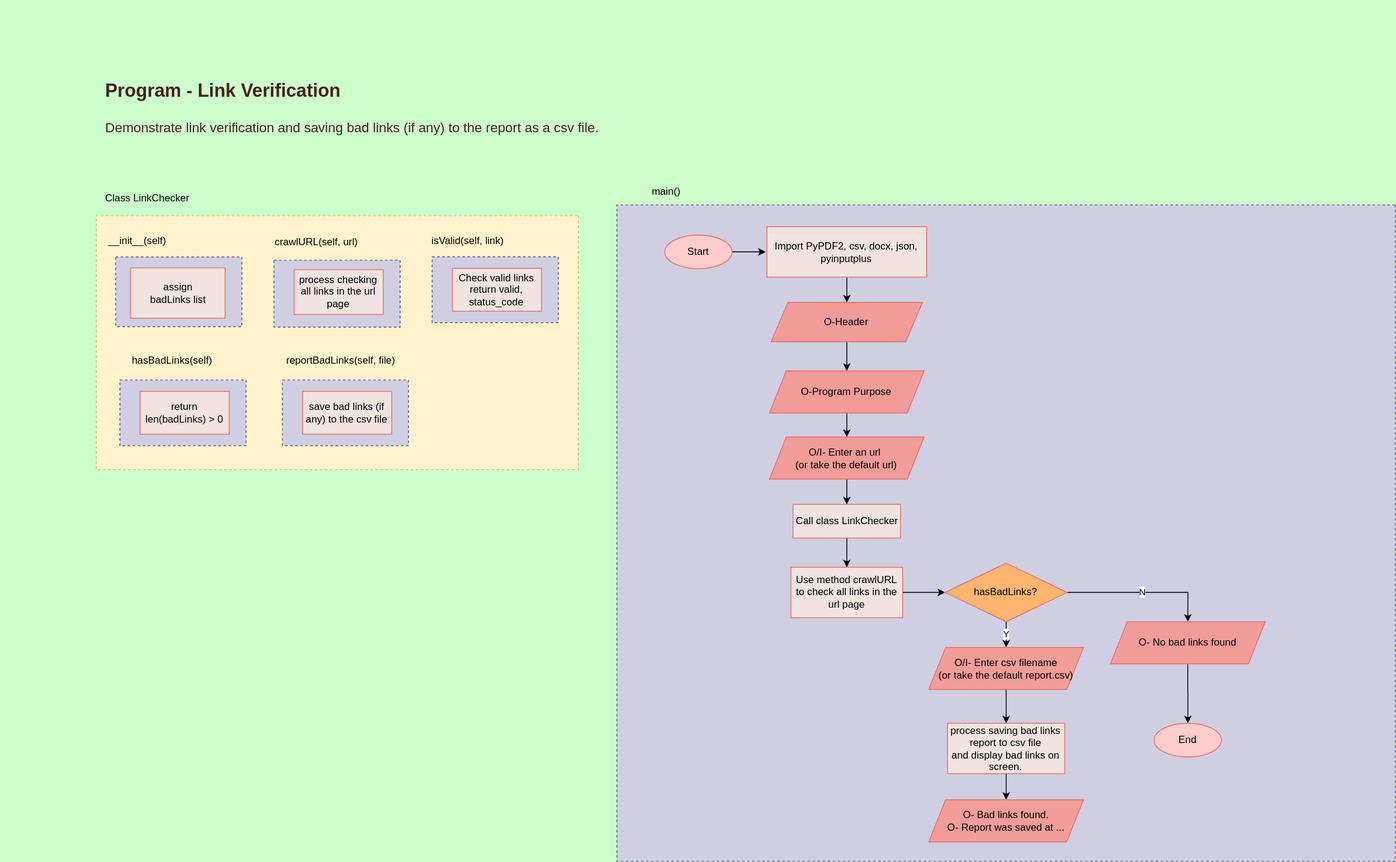
Before: linkChecker_flowchart.svg, a diagram exported from draw.io (vyhoang/v-links_checker). Source tidied: cells renumbered, new cells last; positions are measured from the earlier drawing's top-left corner, leaving out a move shared by most shapes.
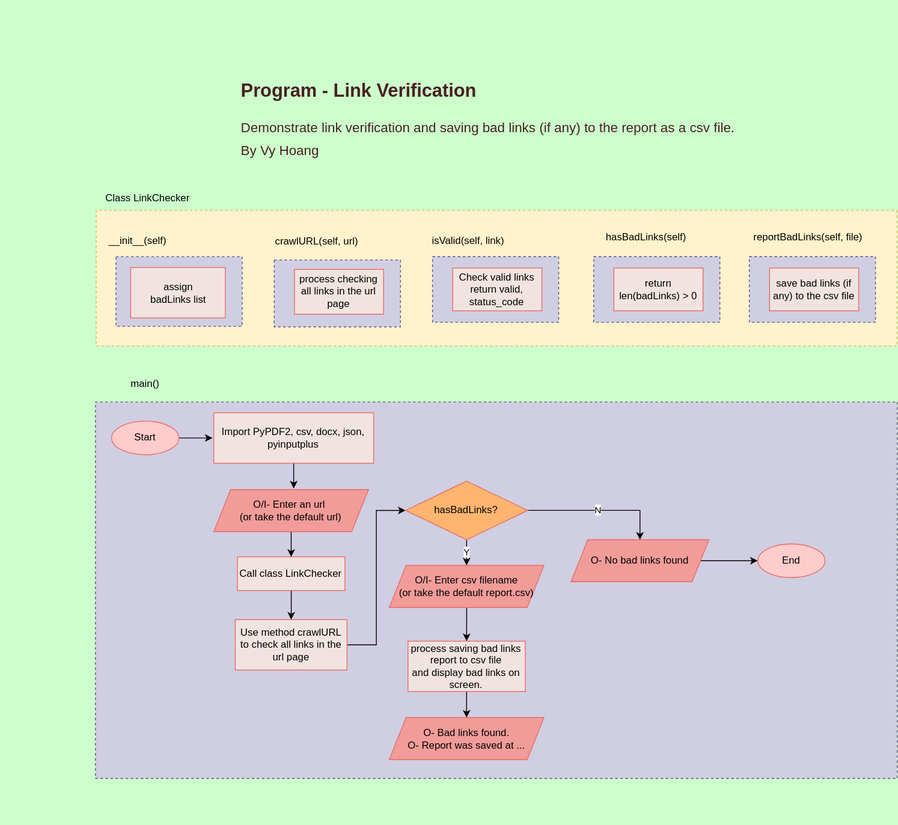
The same diagram one commit later.

Change to the diagram source:
```diff
@@ -3,31 +3,19 @@
     <mxCell id="0" />
     <mxCell id="1" parent="0" />
     <mxCell id="2" style="rounded=0;whiteSpace=wrap;html=1;rotation=90;dashed=1;fillColor=#d0cee2;strokeColor=#56517e;" parent="1" vertex="1">
-      <mxGeometry x="805.9" y="170" width="780" height="925.7" as="geometry" />
+      <mxGeometry x="365.5" y="224.8" width="447.6" height="953.2" as="geometry" />
     </mxCell>
-    <mxCell id="3" value="&lt;h1 style=&quot;font-size: 22px&quot;&gt;&lt;font style=&quot;font-size: 22px&quot;&gt;Program - Link Verification&lt;/font&gt;&lt;/h1&gt;&lt;div&gt;&lt;span style=&quot;font-size: 16px&quot;&gt;Demonstrate link verification and saving bad links (if any) to the report as a csv file.&lt;/span&gt;&lt;/div&gt;" style="text;html=1;strokeColor=none;fillColor=none;spacing=5;spacingTop=-20;whiteSpace=wrap;overflow=hidden;rounded=0;fontSize=23;fontColor=#47211F;" parent="1" vertex="1">
-      <mxGeometry x="120" y="90" width="600" height="120" as="geometry" />
+    <mxCell id="3" value="&lt;h1 style=&quot;font-size: 22px&quot;&gt;&lt;font style=&quot;font-size: 22px&quot;&gt;Program - Link Verification&lt;/font&gt;&lt;/h1&gt;&lt;div&gt;&lt;span style=&quot;font-size: 16px&quot;&gt;Demonstrate link verification and saving bad links (if any) to the report as a csv file.&lt;/span&gt;&lt;/div&gt;&lt;div&gt;&lt;span style=&quot;font-size: 16px&quot;&gt;By Vy Hoang&lt;/span&gt;&lt;/div&gt;" style="text;html=1;strokeColor=none;fillColor=none;spacing=5;spacingTop=-20;whiteSpace=wrap;overflow=hidden;rounded=0;fontSize=23;fontColor=#47211F;" parent="1" vertex="1">
+      <mxGeometry x="281.5" y="90" width="600" height="110" as="geometry" />
     </mxCell>
     <mxCell id="4" style="edgeStyle=orthogonalEdgeStyle;rounded=0;jettySize=auto;html=1;" parent="1" edge="1" source="5">
       <mxGeometry relative="1" as="geometry">
-        <mxPoint x="910" y="298.7" as="targetPoint" />
+        <mxPoint x="252" y="520.3" as="targetPoint" />
       </mxGeometry>
     </mxCell>
     <mxCell id="5" value="Start" style="ellipse;whiteSpace=wrap;html=1;fontSize=12;fillColor=#FFCCCC;strokeColor=#EA6B66;" parent="1" vertex="1">
-      <mxGeometry x="790" y="278.7" width="80" height="40" as="geometry" />
+      <mxGeometry x="132" y="500.3" width="80" height="40" as="geometry" />
     </mxCell>
-    <mxCell id="6" style="edgeStyle=orthogonalEdgeStyle;rounded=0;jettySize=auto;html=1;entryX=0.5;entryY=0;entryDx=0;entryDy=0;" parent="1" edge="1" source="7" target="9">
-      <mxGeometry relative="1" as="geometry" />
-    </mxCell>
-    <mxCell id="7" value="O-Header" style="shape=parallelogram;perimeter=parallelogramPerimeter;whiteSpace=wrap;html=1;fixedSize=1;fontSize=12;fillColor=#F19C99;strokeColor=#EA6B66;" parent="1" vertex="1">
-      <mxGeometry x="916.4" y="358.7" width="180" height="46.8" as="geometry" />
-    </mxCell>
-    <mxCell id="8" style="edgeStyle=orthogonalEdgeStyle;rounded=0;jettySize=auto;html=1;" parent="1" edge="1" source="9" target="38">
-      <mxGeometry relative="1" as="geometry" />
-    </mxCell>
-    <mxCell id="9" value="O-Program Purpose" style="shape=parallelogram;perimeter=parallelogramPerimeter;whiteSpace=wrap;html=1;fixedSize=1;fontSize=12;fillColor=#F19C99;strokeColor=#EA6B66;" parent="1" vertex="1">
-      <mxGeometry x="914.5" y="440.1" width="183.9" height="50" as="geometry" />
-    </mxCell>
     <mxCell id="10" style="edgeStyle=orthogonalEdgeStyle;rounded=0;orthogonalLoop=1;jettySize=auto;html=1;entryX=0.046;entryY=0.383;entryDx=0;entryDy=0;entryPerimeter=0;" parent="1" edge="1">
       <mxGeometry relative="1" as="geometry">
         <mxPoint x="1310.3" y="327.4" as="targetPoint" />
@@ -55,14 +43,16 @@
         </Array>
       </mxGeometry>
     </mxCell>
-    <mxCell id="13" style="edgeStyle=orthogonalEdgeStyle;rounded=0;jettySize=auto;html=1;entryX=0.5;entryY=0;entryDx=0;entryDy=0;" parent="1" edge="1" source="14" target="7">
-      <mxGeometry relative="1" as="geometry" />
+    <mxCell id="13" style="edgeStyle=orthogonalEdgeStyle;rounded=0;jettySize=auto;html=1;entryX=0.5;entryY=0;entryDx=0;entryDy=0;" parent="1" edge="1" source="14">
+      <mxGeometry relative="1" as="geometry">
+        <mxPoint x="348.4" y="580.3" as="targetPoint" />
+      </mxGeometry>
     </mxCell>
     <mxCell id="14" value="&lt;span&gt;Import PyPDF2, csv, docx, json, pyinputplus&lt;br&gt;&lt;/span&gt;" style="whiteSpace=wrap;html=1;fillColor=#F1E4E0;strokeColor=#EA6B66;" parent="1" vertex="1">
-      <mxGeometry x="911.4" y="268.7" width="190" height="60" as="geometry" />
+      <mxGeometry x="253.4" y="490.3" width="190" height="60" as="geometry" />
     </mxCell>
     <mxCell id="15" style="rounded=0;whiteSpace=wrap;html=1;rotation=90;dashed=1;fillColor=#fff2cc;strokeColor=#d6b656;" parent="1" vertex="1">
-      <mxGeometry x="249.7" y="120" width="301.8" height="573.1" as="geometry" />
+      <mxGeometry x="509" y="-145.8" width="161.3" height="952.1" as="geometry" />
     </mxCell>
     <mxCell id="16" value="__init__(self)" style="text;html=1;strokeColor=none;fillColor=none;align=center;verticalAlign=middle;whiteSpace=wrap;rounded=0;" parent="1" vertex="1">
       <mxGeometry x="143" y="276.4" width="40" height="20" as="geometry" />
@@ -95,13 +85,13 @@
       <mxGeometry x="110" y="224.8" width="130" height="20" as="geometry" />
     </mxCell>
     <mxCell id="26" value="main()" style="text;html=1;strokeColor=none;fillColor=none;align=center;verticalAlign=middle;whiteSpace=wrap;rounded=0;" parent="1" vertex="1">
-      <mxGeometry x="740" y="217" width="103.9" height="19.4" as="geometry" />
+      <mxGeometry x="120" y="446.4" width="103.9" height="19.4" as="geometry" />
     </mxCell>
     <mxCell id="27" style="edgeStyle=orthogonalEdgeStyle;rounded=0;jettySize=auto;html=1;entryX=0.5;entryY=0;entryDx=0;entryDy=0;" parent="1" edge="1" source="28" target="40">
       <mxGeometry relative="1" as="geometry" />
     </mxCell>
     <mxCell id="28" value="&lt;span&gt;Call class LinkChecker&lt;br&gt;&lt;/span&gt;" style="whiteSpace=wrap;html=1;fillColor=#F1E4E0;strokeColor=#EA6B66;" parent="1" vertex="1">
-      <mxGeometry x="942.5" y="598.7" width="127.8" height="40" as="geometry" />
+      <mxGeometry x="281.5" y="661.6" width="127.8" height="40" as="geometry" />
     </mxCell>
     <mxCell id="29" value="&amp;nbsp;" style="text;html=1;strokeColor=none;fillColor=none;align=center;verticalAlign=middle;whiteSpace=wrap;rounded=0;" parent="1" vertex="1">
       <mxGeometry x="760" width="40" height="20" as="geometry" />
@@ -110,34 +100,34 @@
       <mxGeometry x="560" y="162.7" width="40" height="20" as="geometry" />
     </mxCell>
     <mxCell id="31" style="rounded=0;whiteSpace=wrap;html=1;dashed=1;fillColor=#d0cee2;strokeColor=#56517e;" parent="1" vertex="1">
-      <mxGeometry x="142.1" y="450.8" width="150" height="78.1" as="geometry" />
+      <mxGeometry x="705" y="304.6" width="150" height="78.1" as="geometry" />
     </mxCell>
     <mxCell id="32" value="&lt;span&gt;return len(badLinks) &amp;gt; 0&lt;br&gt;&lt;/span&gt;" style="whiteSpace=wrap;html=1;fillColor=#F1E4E0;strokeColor=#EA6B66;" parent="1" vertex="1">
-      <mxGeometry x="166.1" y="464.5" width="106" height="50.9" as="geometry" />
+      <mxGeometry x="729" y="318.2" width="106" height="50.9" as="geometry" />
     </mxCell>
     <mxCell id="33" value="hasBadLinks(self)" style="text;html=1;strokeColor=none;fillColor=none;align=center;verticalAlign=middle;whiteSpace=wrap;rounded=0;" parent="1" vertex="1">
-      <mxGeometry x="137.1" y="417.9" width="135" height="20" as="geometry" />
+      <mxGeometry x="700" y="271.6" width="135" height="20" as="geometry" />
     </mxCell>
     <mxCell id="34" style="rounded=0;whiteSpace=wrap;html=1;dashed=1;fillColor=#d0cee2;strokeColor=#56517e;" parent="1" vertex="1">
-      <mxGeometry x="335.3" y="450.8" width="150" height="78.1" as="geometry" />
+      <mxGeometry x="890" y="304.6" width="150" height="78.1" as="geometry" />
     </mxCell>
     <mxCell id="35" value="&lt;span&gt;save bad links (if any) to the csv file&lt;br&gt;&lt;/span&gt;" style="whiteSpace=wrap;html=1;fillColor=#F1E4E0;strokeColor=#EA6B66;" parent="1" vertex="1">
-      <mxGeometry x="359.3" y="464.5" width="106" height="50.9" as="geometry" />
+      <mxGeometry x="914" y="318.2" width="106" height="50.9" as="geometry" />
     </mxCell>
     <mxCell id="36" value="reportBadLinks(self, file)" style="text;html=1;strokeColor=none;fillColor=none;align=center;verticalAlign=middle;whiteSpace=wrap;rounded=0;" parent="1" vertex="1">
-      <mxGeometry x="325.3" y="417.9" width="160" height="20" as="geometry" />
+      <mxGeometry x="880" y="271.6" width="160" height="20" as="geometry" />
     </mxCell>
     <mxCell id="37" style="edgeStyle=orthogonalEdgeStyle;rounded=0;jettySize=auto;html=1;entryX=0.5;entryY=0;entryDx=0;entryDy=0;" parent="1" edge="1" source="38" target="28">
       <mxGeometry relative="1" as="geometry" />
     </mxCell>
     <mxCell id="38" value="O/I- Enter an url&amp;nbsp;&lt;br&gt;(or take the default url)" style="shape=parallelogram;perimeter=parallelogramPerimeter;whiteSpace=wrap;html=1;fixedSize=1;fontSize=12;fillColor=#F19C99;strokeColor=#EA6B66;" parent="1" vertex="1">
-      <mxGeometry x="914.5" y="518.7" width="183.9" height="50" as="geometry" />
+      <mxGeometry x="253.4" y="581.6" width="183.9" height="50" as="geometry" />
     </mxCell>
     <mxCell id="39" style="edgeStyle=orthogonalEdgeStyle;rounded=0;jettySize=auto;html=1;entryX=0;entryY=0.5;entryDx=0;entryDy=0;" parent="1" edge="1" source="40" target="43">
       <mxGeometry relative="1" as="geometry" />
     </mxCell>
     <mxCell id="40" value="&lt;span&gt;Use method crawlURL&lt;br&gt;to check all links in the url page&lt;br&gt;&lt;/span&gt;" style="whiteSpace=wrap;html=1;fillColor=#F1E4E0;strokeColor=#EA6B66;" parent="1" vertex="1">
-      <mxGeometry x="940" y="673.4" width="132.9" height="59.9" as="geometry" />
+      <mxGeometry x="278.9" y="736.3" width="132.9" height="59.9" as="geometry" />
     </mxCell>
     <mxCell id="41" value="Y" style="edgeStyle=orthogonalEdgeStyle;rounded=0;jettySize=auto;html=1;entryX=0.5;entryY=0;entryDx=0;entryDy=0;" parent="1" edge="1" source="43" target="45">
       <mxGeometry relative="1" as="geometry" />
@@ -146,34 +136,37 @@
       <mxGeometry relative="1" as="geometry" />
     </mxCell>
     <mxCell id="43" value="hasBadLinks?" style="rhombus;whiteSpace=wrap;html=1;fontSize=12;fillColor=#FFB570;strokeColor=#EA6B66;" parent="1" vertex="1">
-      <mxGeometry x="1123.4" y="668.5" width="145" height="69.7" as="geometry" />
+      <mxGeometry x="481.4" y="571.6" width="145" height="69.7" as="geometry" />
     </mxCell>
     <mxCell id="44" style="edgeStyle=orthogonalEdgeStyle;rounded=0;jettySize=auto;html=1;" parent="1" edge="1" source="45" target="47">
       <mxGeometry relative="1" as="geometry" />
     </mxCell>
     <mxCell id="45" value="O/I- Enter csv filename&lt;br&gt;(or take the default report.csv)" style="shape=parallelogram;perimeter=parallelogramPerimeter;whiteSpace=wrap;html=1;fixedSize=1;fontSize=12;fillColor=#F19C99;strokeColor=#EA6B66;" parent="1" vertex="1">
-      <mxGeometry x="1104" y="768.7" width="183.9" height="50" as="geometry" />
+      <mxGeometry x="462" y="671.8" width="183.9" height="50" as="geometry" />
     </mxCell>
     <mxCell id="46" style="edgeStyle=orthogonalEdgeStyle;rounded=0;jettySize=auto;html=1;entryX=0.5;entryY=0;entryDx=0;entryDy=0;" parent="1" edge="1" source="47" target="51">
       <mxGeometry relative="1" as="geometry" />
     </mxCell>
     <mxCell id="47" value="&lt;span&gt;process saving bad links report to csv file&lt;br&gt;and display bad links on screen.&lt;br&gt;&lt;/span&gt;" style="whiteSpace=wrap;html=1;fillColor=#F1E4E0;strokeColor=#EA6B66;" parent="1" vertex="1">
-      <mxGeometry x="1126.2" y="858.8" width="139.4" height="59.9" as="geometry" />
+      <mxGeometry x="484.2" y="761.9" width="139.4" height="59.9" as="geometry" />
     </mxCell>
-    <mxCell id="48" style="edgeStyle=orthogonalEdgeStyle;rounded=0;jettySize=auto;html=1;entryX=0.5;entryY=0;entryDx=0;entryDy=0;" parent="1" edge="1" source="49" target="50">
+    <mxCell id="48" style="edgeStyle=orthogonalEdgeStyle;rounded=0;jettySize=auto;html=1;entryX=0;entryY=0.5;entryDx=0;entryDy=0;" parent="1" edge="1" source="49" target="50">
       <mxGeometry relative="1" as="geometry" />
     </mxCell>
     <mxCell id="49" value="O- No bad links found" style="shape=parallelogram;perimeter=parallelogramPerimeter;whiteSpace=wrap;html=1;fixedSize=1;fontSize=12;fillColor=#F19C99;strokeColor=#EA6B66;" parent="1" vertex="1">
-      <mxGeometry x="1320" y="738.2" width="183.9" height="50" as="geometry" />
+      <mxGeometry x="678" y="641.3" width="163.9" height="50" as="geometry" />
     </mxCell>
     <mxCell id="50" value="End" style="ellipse;whiteSpace=wrap;html=1;fontSize=12;fillColor=#FFCCCC;strokeColor=#EA6B66;" parent="1" vertex="1">
-      <mxGeometry x="1372" y="858.8" width="80" height="40" as="geometry" />
+      <mxGeometry x="900" y="646.3" width="80" height="40" as="geometry" />
     </mxCell>
     <mxCell id="51" value="O- Bad links found.&lt;br&gt;O- Report was saved at ..." style="shape=parallelogram;perimeter=parallelogramPerimeter;whiteSpace=wrap;html=1;fixedSize=1;fontSize=12;fillColor=#F19C99;strokeColor=#EA6B66;" parent="1" vertex="1">
-      <mxGeometry x="1104" y="949.7" width="183.9" height="50" as="geometry" />
+      <mxGeometry x="462" y="852.8" width="183.9" height="50" as="geometry" />
     </mxCell>
     <mxCell id="52" value="&amp;nbsp;" style="text;html=1;strokeColor=none;fillColor=none;align=center;verticalAlign=middle;whiteSpace=wrap;rounded=0;" parent="1" vertex="1">
       <mxGeometry y="100" width="40" height="20" as="geometry" />
     </mxCell>
+    <mxCell id="53" value="&amp;nbsp;" style="text;html=1;strokeColor=none;fillColor=none;align=center;verticalAlign=middle;whiteSpace=wrap;rounded=0;" parent="1" vertex="1">
+      <mxGeometry x="561.6" y="960" width="40" height="20" as="geometry" />
+    </mxCell>
   </root>
 </mxGraphModel>
```
